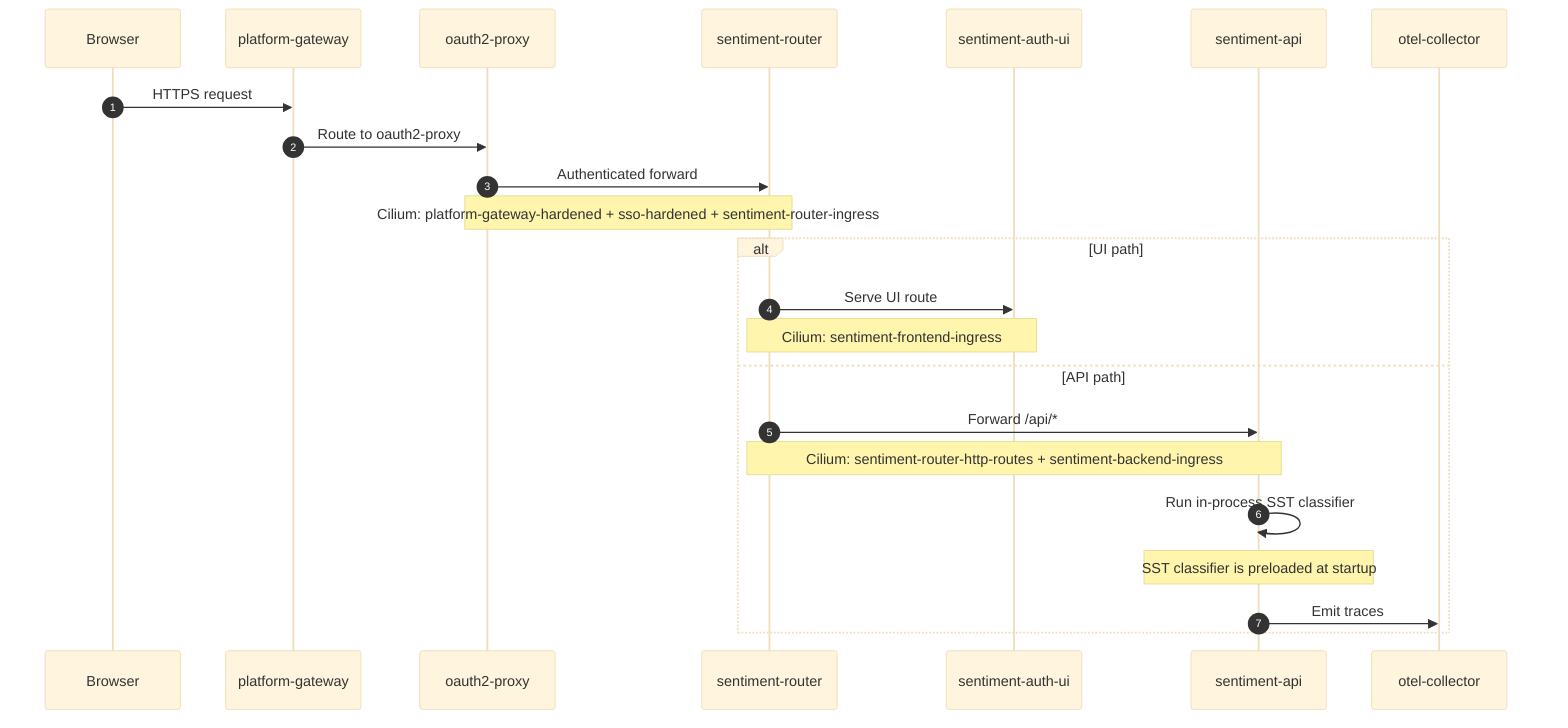
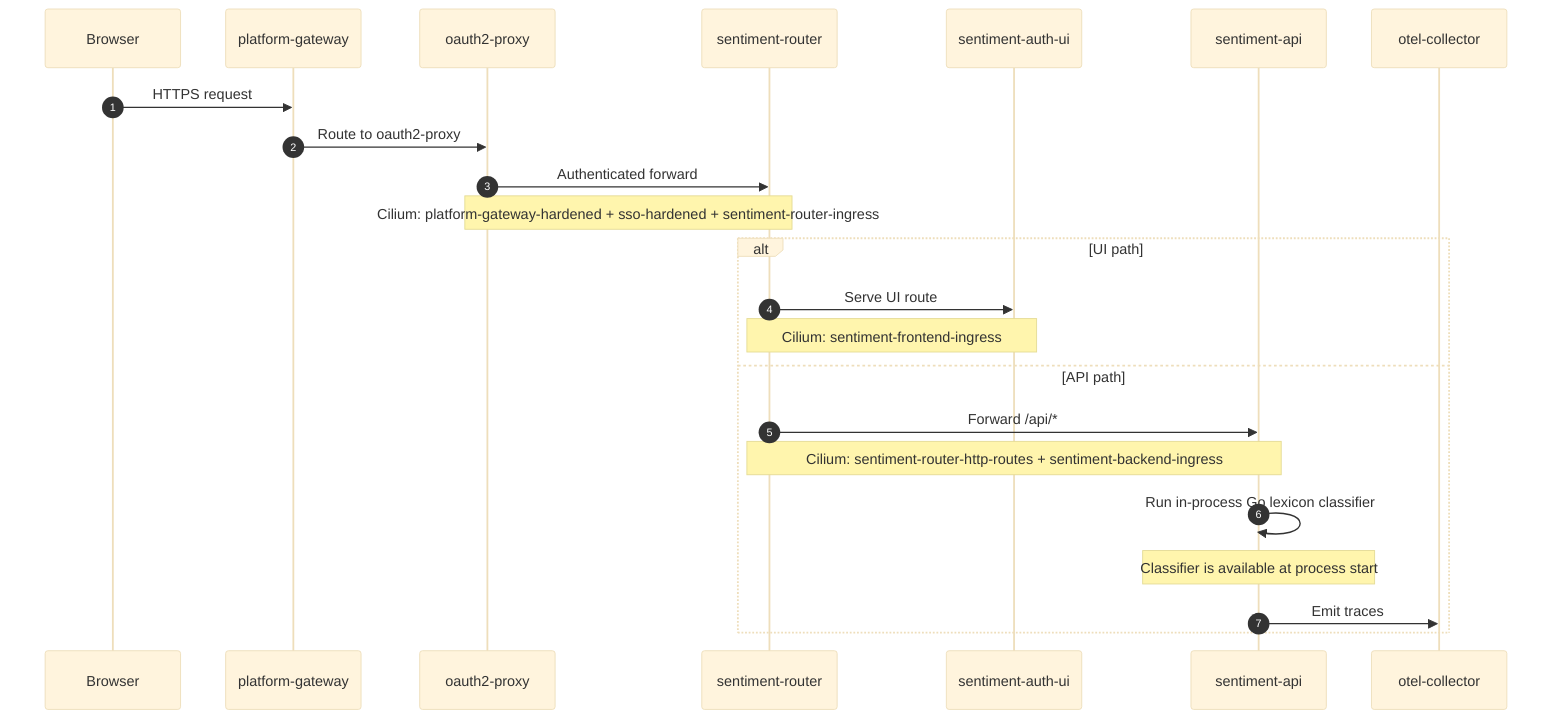
%%{init: {"theme": "base", "themeVariables": {"background": "#ffffff"}}}%%
sequenceDiagram
    autonumber
    participant Browser as Browser
    participant Gateway as platform-gateway
    participant OAuth as oauth2-proxy
    participant Router as sentiment-router
    participant UI as sentiment-auth-ui
    participant API as sentiment-api
    participant OTel as otel-collector

    Browser->>Gateway: HTTPS request
    Gateway->>OAuth: Route to oauth2-proxy
    OAuth->>Router: Authenticated forward
    Note over OAuth,Router: Cilium: platform-gateway-hardened + sso-hardened + sentiment-router-ingress

    alt UI path
        Router->>UI: Serve UI route
        Note over Router,UI: Cilium: sentiment-frontend-ingress
    else API path
        Router->>API: Forward /api/*
        Note over Router,API: Cilium: sentiment-router-http-routes + sentiment-backend-ingress
-         API->>API: Run in-process SST classifier
-         Note over API: SST classifier is preloaded at startup
+         API->>API: Run in-process Go lexicon classifier
+         Note over API: Classifier is available at process start
        API->>OTel: Emit traces
    end
